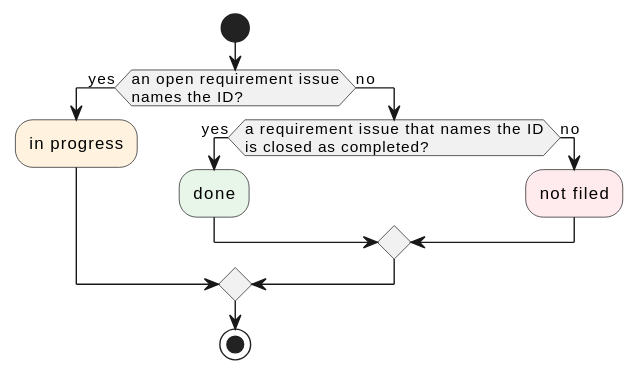
Before: docs/ja/requirements/trace/trace-progress.svg, a diagram exported from PlantUML (cloveclovedev/cumin-trace).
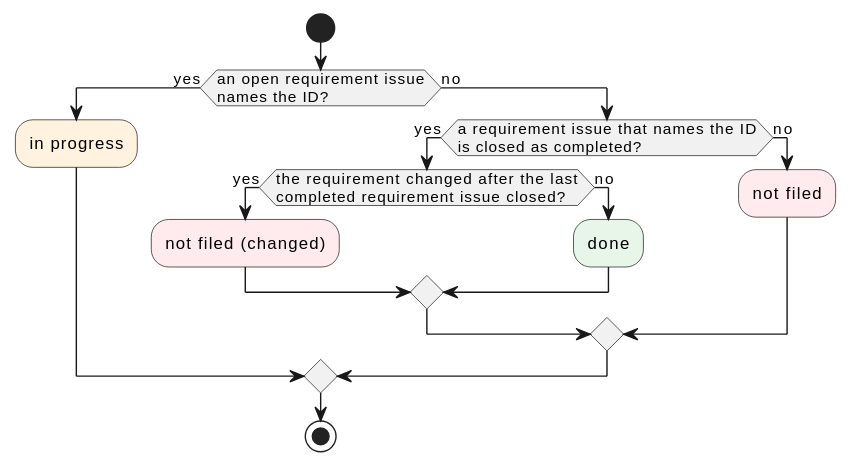
Later version of the same file.

Commit message:
docs(requirements): show a requirement that changed after its requirement issues closed as not filed (#181)

The edit, as a diff of the source:
```diff
@@ -6,7 +6,11 @@
   #FFF3E0:in progress;
 else (no)
   if (a requirement issue that names the ID\nis closed as completed?) then (yes)
-    #E8F5E9:done;
+    if (the requirement changed after the last\ncompleted requirement issue closed?) then (yes)
+      #FFEBEE:not filed (changed);
+    else (no)
+      #E8F5E9:done;
+    endif
   else (no)
     #FFEBEE:not filed;
   endif
```
